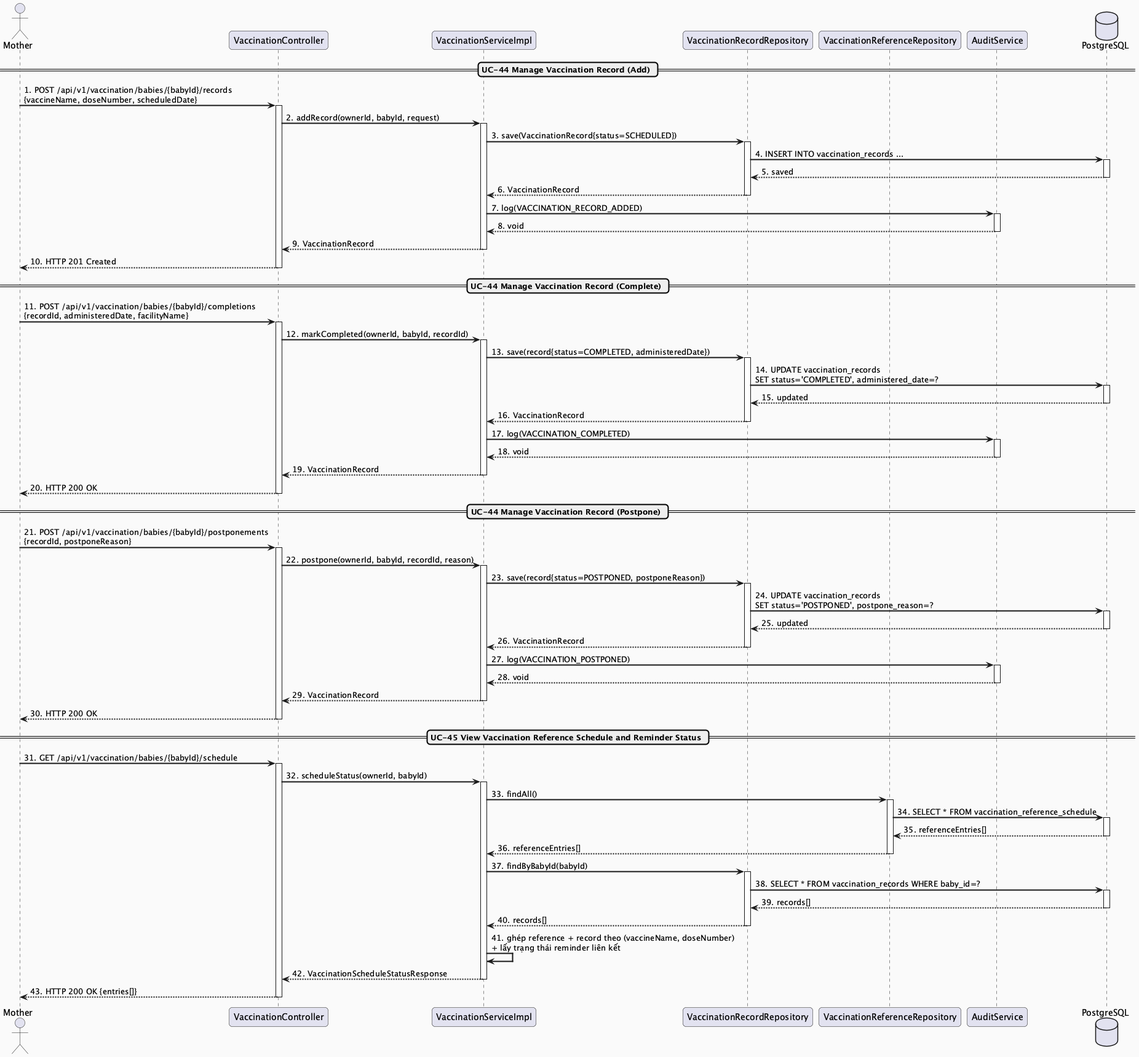
Earlier version of the PlantUML export docs/Detailed_Design/MF03_Baby_Care_Growth_Vaccination/images/MF03_03_Vaccination_SequenceDiagram.png (ChuongBDHE172784/CareBridge_SEP490_G79).
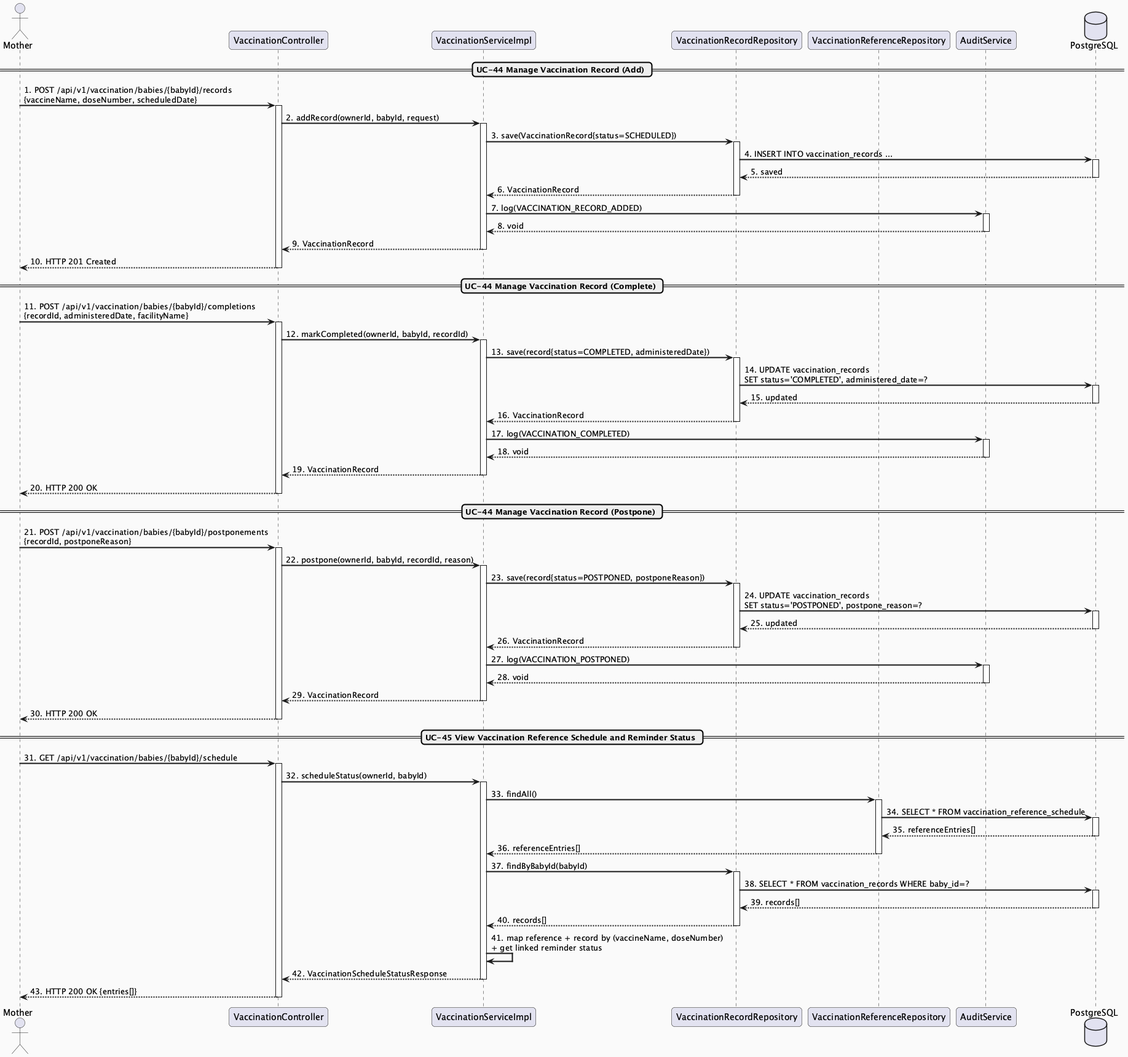
After the commit.

Diff of the diagram source:
```diff
@@ -98,7 +98,7 @@
 deactivate DB
 RecordRepo --> Service : 40. records[]
 deactivate RecordRepo
-Service -> Service : 41. ghép reference + record theo (vaccineName, doseNumber)\n+ lấy trạng thái reminder liên kết
+Service -> Service : 41. map reference + record by (vaccineName, doseNumber)\n+ get linked reminder status
 Service --> Controller : 42. VaccinationScheduleStatusResponse
 deactivate Service
 Controller --> M : 43. HTTP 200 OK {entries[]}
```
